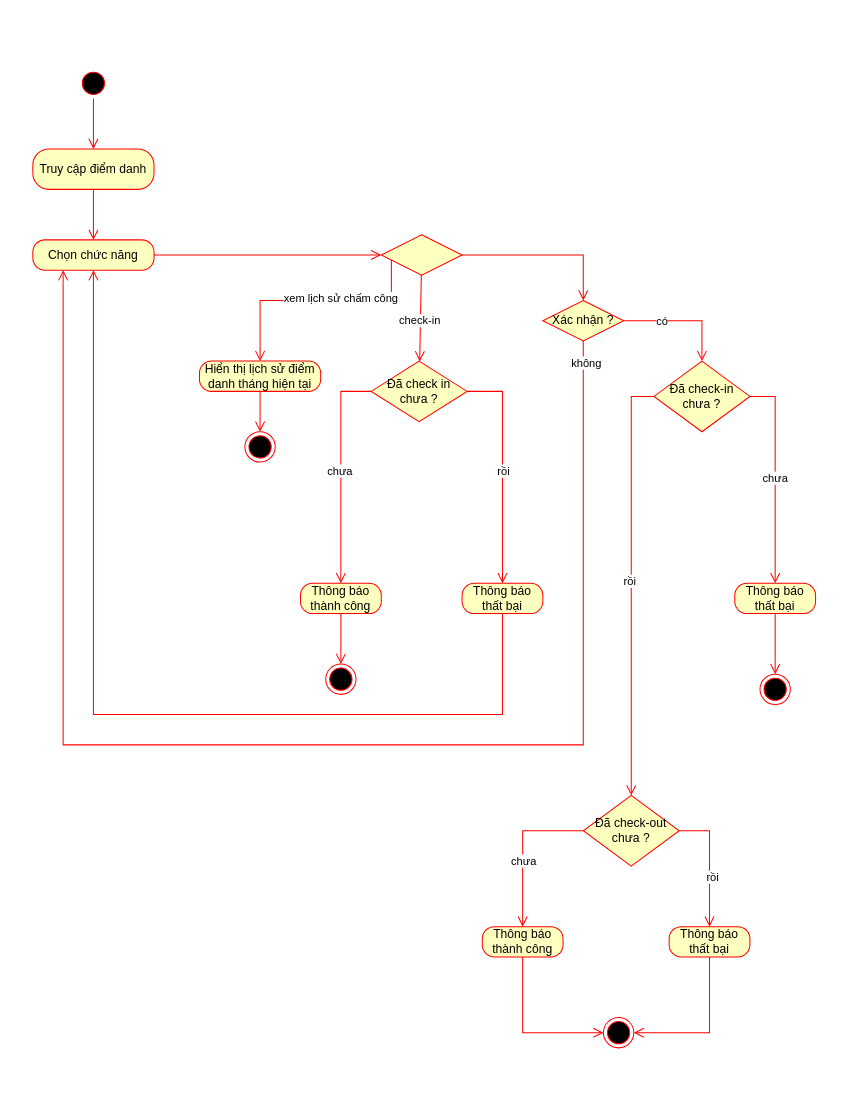
Above: QuanLyDiemDanh_AD.drawio in hoangda24312/Group4-DesigningSystem (draw.io), before the change. Source tidied: cells renumbered, new cells numbered last; positions are measured from the earlier drawing's top-left corner, leaving out a move shared by most shapes. Both pictures are drawn from the tidied source at 101%, with x=0, y=0 at pixel (32, 68).
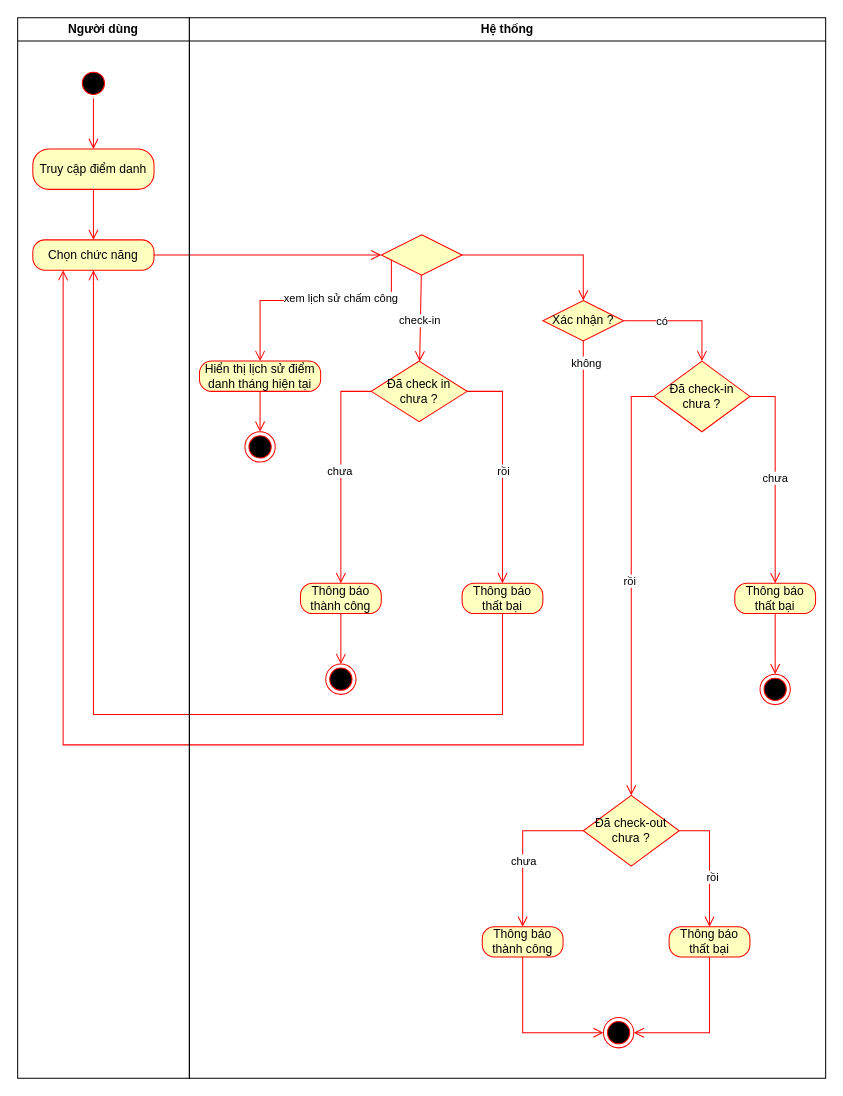
Above is the later version.

What changed in the source:
```diff
@@
+    <mxCell id="50" value="Người dùng" style="swimlane;whiteSpace=wrap;html=1;" parent="1" vertex="1">
+      <mxGeometry x="-15" y="-50" width="170" height="1050" as="geometry" />
+    </mxCell>
+    <mxCell id="51" value="Hệ thống" style="swimlane;whiteSpace=wrap;html=1;" parent="1" vertex="1">
+      <mxGeometry x="155" y="-50" width="630" height="1050" as="geometry" />
+    </mxCell>
```
